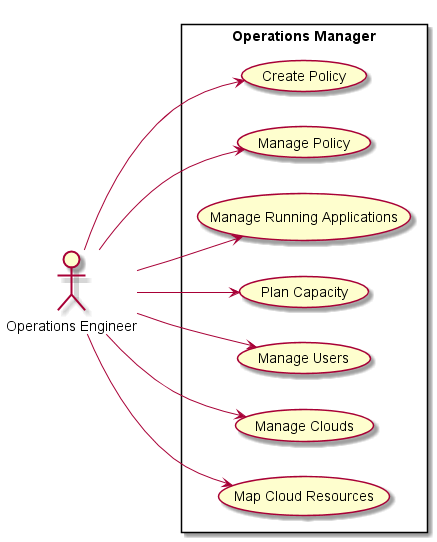
Before: docs/Actors/OperationsManager/UseCases.png, a diagram exported from PlantUML (CAADE/C3).
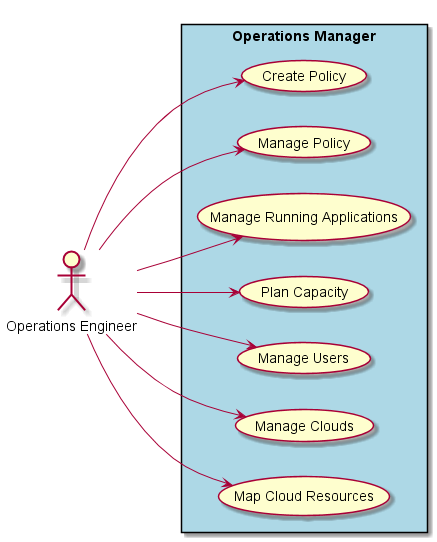
After the change.

Diff of the diagram source:
```diff
@@ -3,7 +3,7 @@
 
 :Operations Engineer: as Ops
 
-rectangle "Operations Manager" {
+rectangle "Operations Manager" #lightblue {
 Ops --> (Create Policy)
 Ops --> (Manage Policy)
 Ops --> (Manage Running Applications)
```
